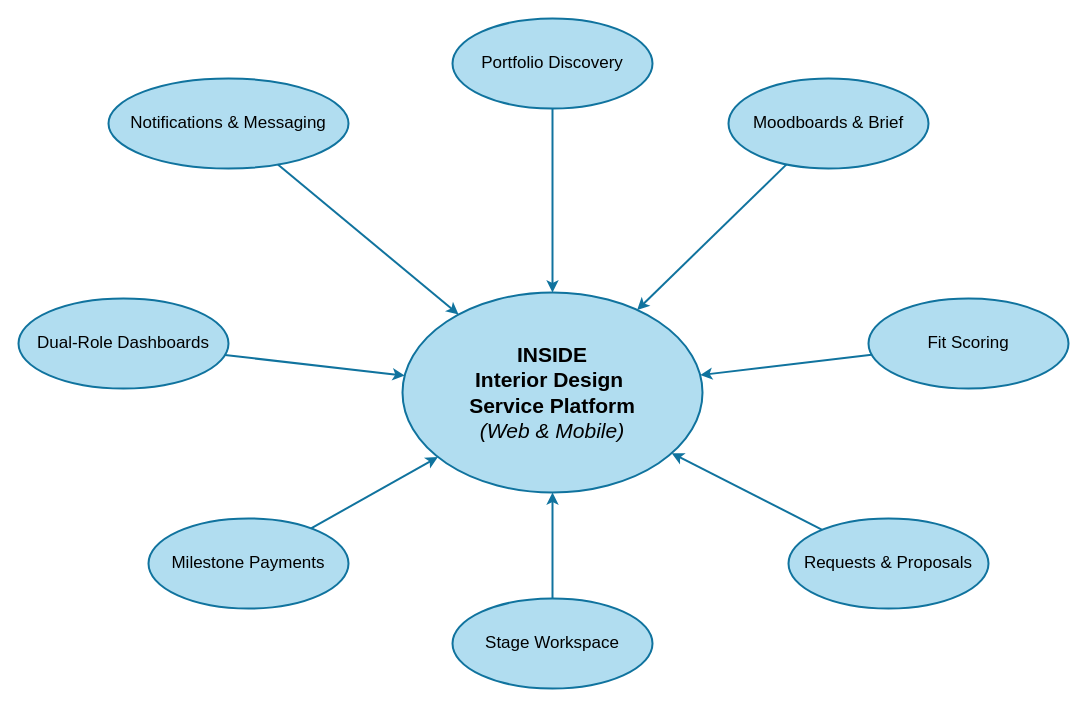
Before: docs/Proposal/diagrams/Simple AD.drawio in MNSBaanu/Inside, a draw.io diagram. Source tidied: cells renumbered, new cells numbered last; positions are measured from the earlier drawing's top-left corner, leaving out a move shared by most shapes. Both pictures are drawn from the tidied source at 100%, with x=0, y=0 at pixel (18, 18).
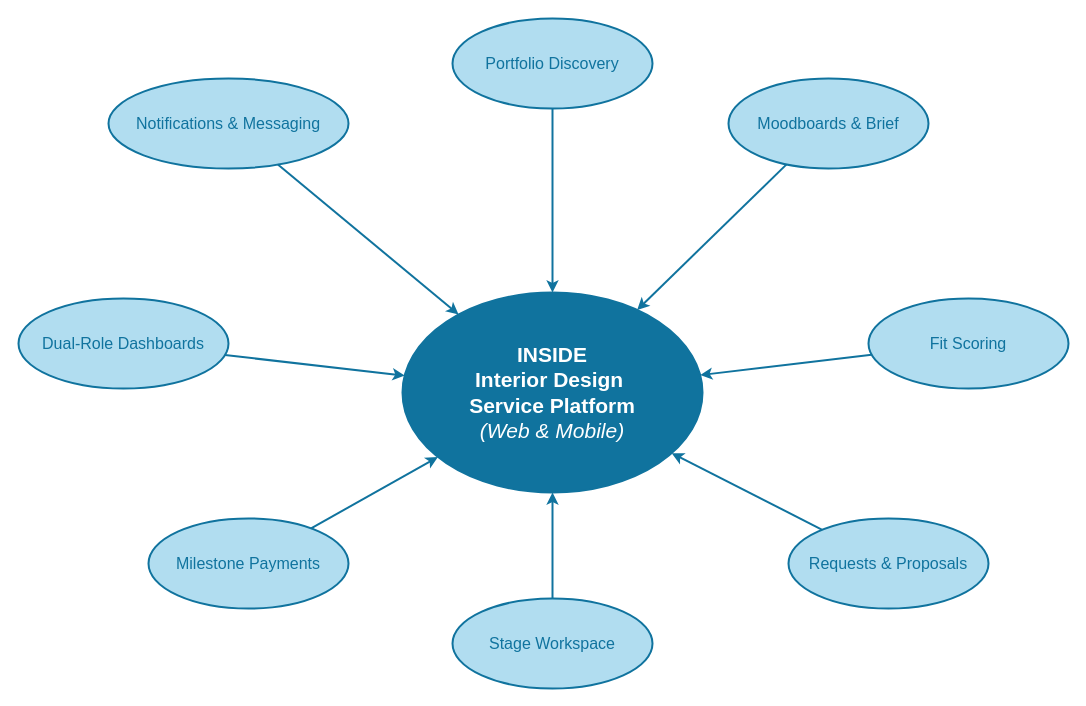
Above is the later version.

Commit message (it also covers changes not shown here):
docs(proposal): Update diagrams and Gantt chart for project clarity

What changed in the source:
```diff
@@
 <mxGraphModel>
   <root>
     <mxCell id="0" />
     <mxCell id="1" parent="0" />
-    <mxCell id="2" value="&lt;font style=&quot;font-size: 21px;&quot;&gt;&lt;b style=&quot;&quot;&gt;INSIDE&lt;/b&gt;&lt;br&gt;&lt;b style=&quot;&quot;&gt;Interior Design&amp;nbsp;&lt;/b&gt;&lt;/font&gt;&lt;div&gt;&lt;font style=&quot;font-size: 21px;&quot;&gt;&lt;b style=&quot;&quot;&gt;Service Platform&lt;/b&gt;&lt;br&gt;&lt;i style=&quot;&quot;&gt;(Web &amp;amp; Mobile)&lt;/i&gt;&lt;/font&gt;&lt;/div&gt;" style="ellipse;whiteSpace=wrap;html=1;fillColor=#b1ddf0;strokeColor=#10739e;fontSize=15;strokeWidth=2;fontFamily=Helvetica;" parent="1" vertex="1">
+    <mxCell id="2" value="&lt;font style=&quot;font-size: 21px;&quot;&gt;&lt;b style=&quot;&quot;&gt;INSIDE&lt;/b&gt;&lt;br&gt;&lt;b style=&quot;&quot;&gt;Interior Design&amp;nbsp;&lt;/b&gt;&lt;/font&gt;&lt;div&gt;&lt;font style=&quot;font-size: 21px;&quot;&gt;&lt;b style=&quot;&quot;&gt;Service Platform&lt;/b&gt;&lt;br&gt;&lt;i style=&quot;&quot;&gt;(Web &amp;amp; Mobile)&lt;/i&gt;&lt;/font&gt;&lt;/div&gt;" style="ellipse;whiteSpace=wrap;html=1;fillColor=#10739e;strokeColor=#10739e;fontSize=15;strokeWidth=2;fontFamily=Helvetica;fontColor=#ffffff;" parent="1" vertex="1">
       <mxGeometry x="384" y="274" width="300" height="200" as="geometry" />
     </mxCell>
-    <mxCell id="3" value="Portfolio Discovery" style="ellipse;whiteSpace=wrap;html=1;fillColor=#b1ddf0;strokeColor=#10739e;fontSize=17;strokeWidth=2;fontFamily=Helvetica;" parent="1" vertex="1">
+    <mxCell id="3" value="Portfolio Discovery" style="ellipse;whiteSpace=wrap;html=1;fillColor=#b1ddf0;strokeColor=#10739e;fontSize=16;strokeWidth=2;fontFamily=Helvetica;fontColor=#10739e;" parent="1" vertex="1">
       <mxGeometry x="434" width="200" height="90" as="geometry" />
     </mxCell>
-    <mxCell id="4" value="Moodboards &amp;amp; Brief" style="ellipse;whiteSpace=wrap;html=1;fillColor=#b1ddf0;strokeColor=#10739e;fontSize=17;strokeWidth=2;fontFamily=Helvetica;" parent="1" vertex="1">
+    <mxCell id="4" value="Moodboards &amp;amp; Brief" style="ellipse;whiteSpace=wrap;html=1;fillColor=#b1ddf0;strokeColor=#10739e;fontSize=16;strokeWidth=2;fontFamily=Helvetica;fontColor=#10739e;" parent="1" vertex="1">
       <mxGeometry x="710" y="60" width="200" height="90" as="geometry" />
     </mxCell>
-    <mxCell id="5" value="Fit Scoring" style="ellipse;whiteSpace=wrap;html=1;fillColor=#b1ddf0;strokeColor=#10739e;fontSize=17;strokeWidth=2;fontFamily=Helvetica;" parent="1" vertex="1">
+    <mxCell id="5" value="Fit Scoring" style="ellipse;whiteSpace=wrap;html=1;fillColor=#b1ddf0;strokeColor=#10739e;fontSize=16;strokeWidth=2;fontFamily=Helvetica;fontColor=#10739e;" parent="1" vertex="1">
       <mxGeometry x="850" y="280" width="200" height="90" as="geometry" />
     </mxCell>
-    <mxCell id="6" value="Requests &amp;amp; Proposals" style="ellipse;whiteSpace=wrap;html=1;fillColor=#b1ddf0;strokeColor=#10739e;fontSize=17;strokeWidth=2;fontFamily=Helvetica;" parent="1" vertex="1">
+    <mxCell id="6" value="Requests &amp;amp; Proposals" style="ellipse;whiteSpace=wrap;html=1;fillColor=#b1ddf0;strokeColor=#10739e;fontSize=16;strokeWidth=2;fontFamily=Helvetica;fontColor=#10739e;" parent="1" vertex="1">
       <mxGeometry x="770" y="500" width="200" height="90" as="geometry" />
     </mxCell>
-    <mxCell id="7" value="Stage Workspace" style="ellipse;whiteSpace=wrap;html=1;fillColor=#b1ddf0;strokeColor=#10739e;fontSize=17;strokeWidth=2;fontFamily=Helvetica;" parent="1" vertex="1">
+    <mxCell id="7" value="Stage Workspace" style="ellipse;whiteSpace=wrap;html=1;fillColor=#b1ddf0;strokeColor=#10739e;fontSize=16;strokeWidth=2;fontFamily=Helvetica;fontColor=#10739e;" parent="1" vertex="1">
       <mxGeometry x="434" y="580" width="200" height="90" as="geometry" />
     </mxCell>
-    <mxCell id="8" value="Milestone Payments" style="ellipse;whiteSpace=wrap;html=1;fillColor=#b1ddf0;strokeColor=#10739e;fontSize=17;strokeWidth=2;fontFamily=Helvetica;" parent="1" vertex="1">
+    <mxCell id="8" value="Milestone Payments" style="ellipse;whiteSpace=wrap;html=1;fillColor=#b1ddf0;strokeColor=#10739e;fontSize=16;strokeWidth=2;fontFamily=Helvetica;fontColor=#10739e;" parent="1" vertex="1">
       <mxGeometry x="130" y="500" width="200" height="90" as="geometry" />
     </mxCell>
-    <mxCell id="9" value="Dual-Role Dashboards" style="ellipse;whiteSpace=wrap;html=1;fillColor=#b1ddf0;strokeColor=#10739e;fontSize=17;strokeWidth=2;fontFamily=Helvetica;" parent="1" vertex="1">
+    <mxCell id="9" value="Dual-Role Dashboards" style="ellipse;whiteSpace=wrap;html=1;fillColor=#b1ddf0;strokeColor=#10739e;fontSize=16;strokeWidth=2;fontFamily=Helvetica;fontColor=#10739e;" parent="1" vertex="1">
       <mxGeometry y="280" width="210" height="90" as="geometry" />
     </mxCell>
-    <mxCell id="10" value="Notifications &amp;amp; Messaging" style="ellipse;whiteSpace=wrap;html=1;fillColor=#b1ddf0;strokeColor=#10739e;fontSize=17;strokeWidth=2;fontFamily=Helvetica;" parent="1" vertex="1">
+    <mxCell id="10" value="Notifications &amp;amp; Messaging" style="ellipse;whiteSpace=wrap;html=1;fillColor=#b1ddf0;strokeColor=#10739e;fontSize=16;strokeWidth=2;fontFamily=Helvetica;fontColor=#10739e;" parent="1" vertex="1">
       <mxGeometry x="90" y="60" width="240" height="90" as="geometry" />
     </mxCell>
-    <mxCell id="11" style="edgeStyle=none;rounded=0;jettySize=auto;html=1;strokeColor=#10739e;strokeWidth=2;endArrow=classic;endFill=1;fillColor=#b1ddf0;fontFamily=Helvetica;fontSize=15;" parent="1" edge="1" source="3" target="2">
+    <mxCell id="11" style="edgeStyle=none;rounded=0;jettySize=auto;html=1;strokeColor=#10739e;strokeWidth=2;endArrow=classic;endFill=1;" parent="1" edge="1" source="3" target="2">
       <mxGeometry relative="1" as="geometry" />
     </mxCell>
-    <mxCell id="12" style="edgeStyle=none;rounded=0;jettySize=auto;html=1;strokeColor=#10739e;strokeWidth=2;endArrow=classic;endFill=1;fillColor=#b1ddf0;fontFamily=Helvetica;fontSize=15;" parent="1" edge="1" source="4" target="2">
+    <mxCell id="12" style="edgeStyle=none;rounded=0;jettySize=auto;html=1;strokeColor=#10739e;strokeWidth=2;endArrow=classic;endFill=1;" parent="1" edge="1" source="4" target="2">
       <mxGeometry relative="1" as="geometry" />
     </mxCell>
-    <mxCell id="13" style="edgeStyle=none;rounded=0;jettySize=auto;html=1;strokeColor=#10739e;strokeWidth=2;endArrow=classic;endFill=1;fillColor=#b1ddf0;fontFamily=Helvetica;fontSize=15;" parent="1" edge="1" source="5" target="2">
+    <mxCell id="13" style="edgeStyle=none;rounded=0;jettySize=auto;html=1;strokeColor=#10739e;strokeWidth=2;endArrow=classic;endFill=1;" parent="1" edge="1" source="5" target="2">
       <mxGeometry relative="1" as="geometry" />
     </mxCell>
-    <mxCell id="14" style="edgeStyle=none;rounded=0;jettySize=auto;html=1;strokeColor=#10739e;strokeWidth=2;endArrow=classic;endFill=1;fillColor=#b1ddf0;fontFamily=Helvetica;fontSize=15;" parent="1" edge="1" source="6" target="2">
+    <mxCell id="14" style="edgeStyle=none;rounded=0;jettySize=auto;html=1;strokeColor=#10739e;strokeWidth=2;endArrow=classic;endFill=1;" parent="1" edge="1" source="6" target="2">
       <mxGeometry relative="1" as="geometry" />
     </mxCell>
-    <mxCell id="15" style="edgeStyle=none;rounded=0;jettySize=auto;html=1;strokeColor=#10739e;strokeWidth=2;endArrow=classic;endFill=1;fillColor=#b1ddf0;fontFamily=Helvetica;fontSize=15;" parent="1" edge="1" source="7" target="2">
+    <mxCell id="15" style="edgeStyle=none;rounded=0;jettySize=auto;html=1;strokeColor=#10739e;strokeWidth=2;endArrow=classic;endFill=1;" parent="1" edge="1" source="7" target="2">
       <mxGeometry relative="1" as="geometry" />
     </mxCell>
-    <mxCell id="16" style="edgeStyle=none;rounded=0;jettySize=auto;html=1;strokeColor=#10739e;strokeWidth=2;endArrow=classic;endFill=1;fillColor=#b1ddf0;fontFamily=Helvetica;fontSize=15;" parent="1" edge="1" source="8" target="2">
+    <mxCell id="16" style="edgeStyle=none;rounded=0;jettySize=auto;html=1;strokeColor=#10739e;strokeWidth=2;endArrow=classic;endFill=1;" parent="1" edge="1" source="8" target="2">
       <mxGeometry relative="1" as="geometry" />
     </mxCell>
-    <mxCell id="17" style="edgeStyle=none;rounded=0;jettySize=auto;html=1;strokeColor=#10739e;strokeWidth=2;endArrow=classic;endFill=1;fillColor=#b1ddf0;fontFamily=Helvetica;fontSize=15;" parent="1" edge="1" source="9" target="2">
+    <mxCell id="17" style="edgeStyle=none;rounded=0;jettySize=auto;html=1;strokeColor=#10739e;strokeWidth=2;endArrow=classic;endFill=1;" parent="1" edge="1" source="9" target="2">
       <mxGeometry relative="1" as="geometry" />
     </mxCell>
-    <mxCell id="18" style="edgeStyle=none;rounded=0;jettySize=auto;html=1;strokeColor=#10739e;strokeWidth=2;endArrow=classic;endFill=1;fillColor=#b1ddf0;fontFamily=Helvetica;fontSize=15;" parent="1" edge="1" source="10" target="2">
+    <mxCell id="18" style="edgeStyle=none;rounded=0;jettySize=auto;html=1;strokeColor=#10739e;strokeWidth=2;endArrow=classic;endFill=1;" parent="1" edge="1" source="10" target="2">
       <mxGeometry relative="1" as="geometry" />
     </mxCell>
   </root>
 </mxGraphModel>
```
